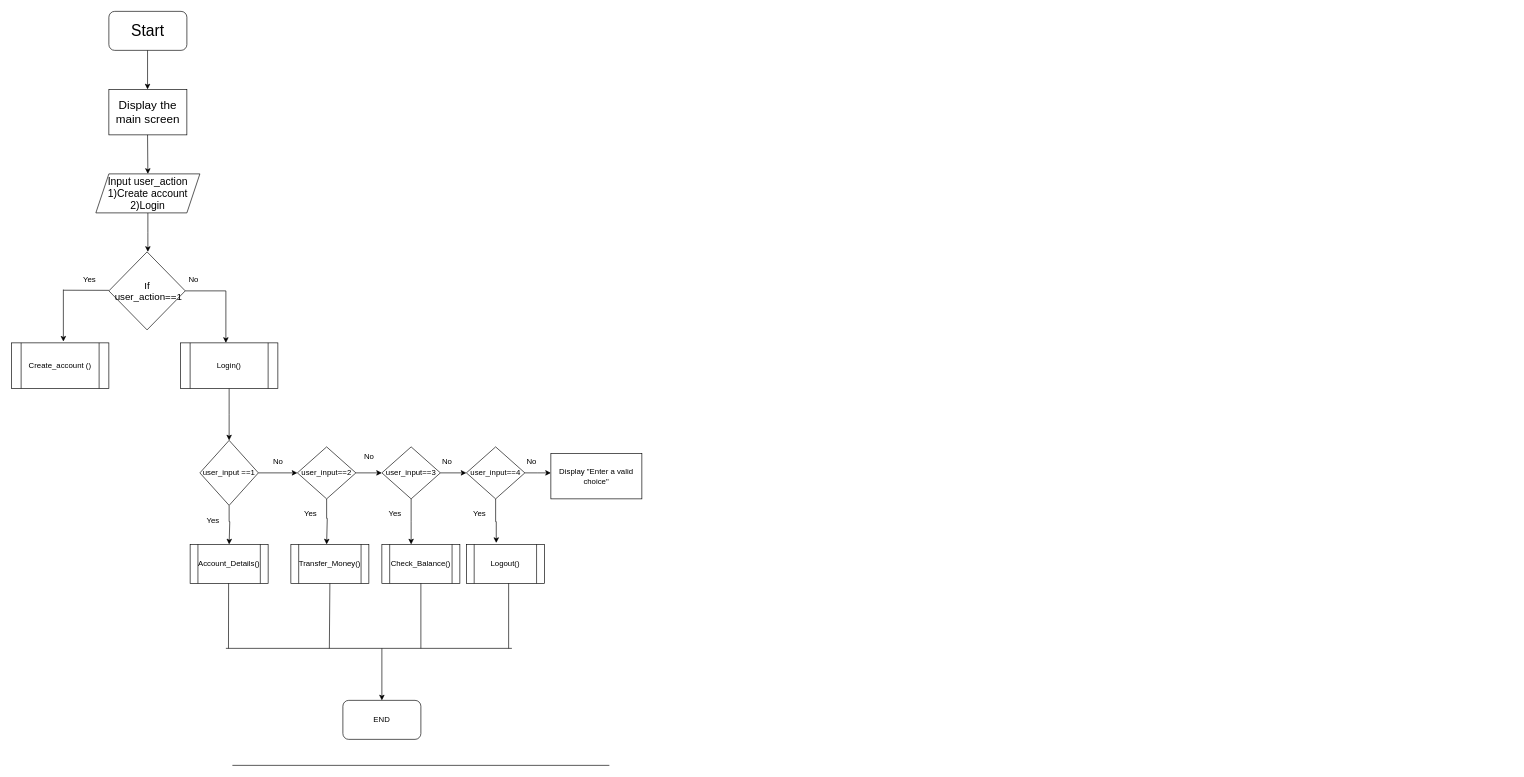
This is Untitled Diagram.drawio from MadaraUchiha2006/Bank_Management_System, a draw.io file, before an edit. Source tidied: cells renumbered, new cells numbered last; positions are measured from the earlier drawing's top-left corner, leaving out a move shared by most shapes. Both pictures are drawn from the tidied source at 65%, with x=0, y=0 at pixel (11, 11).
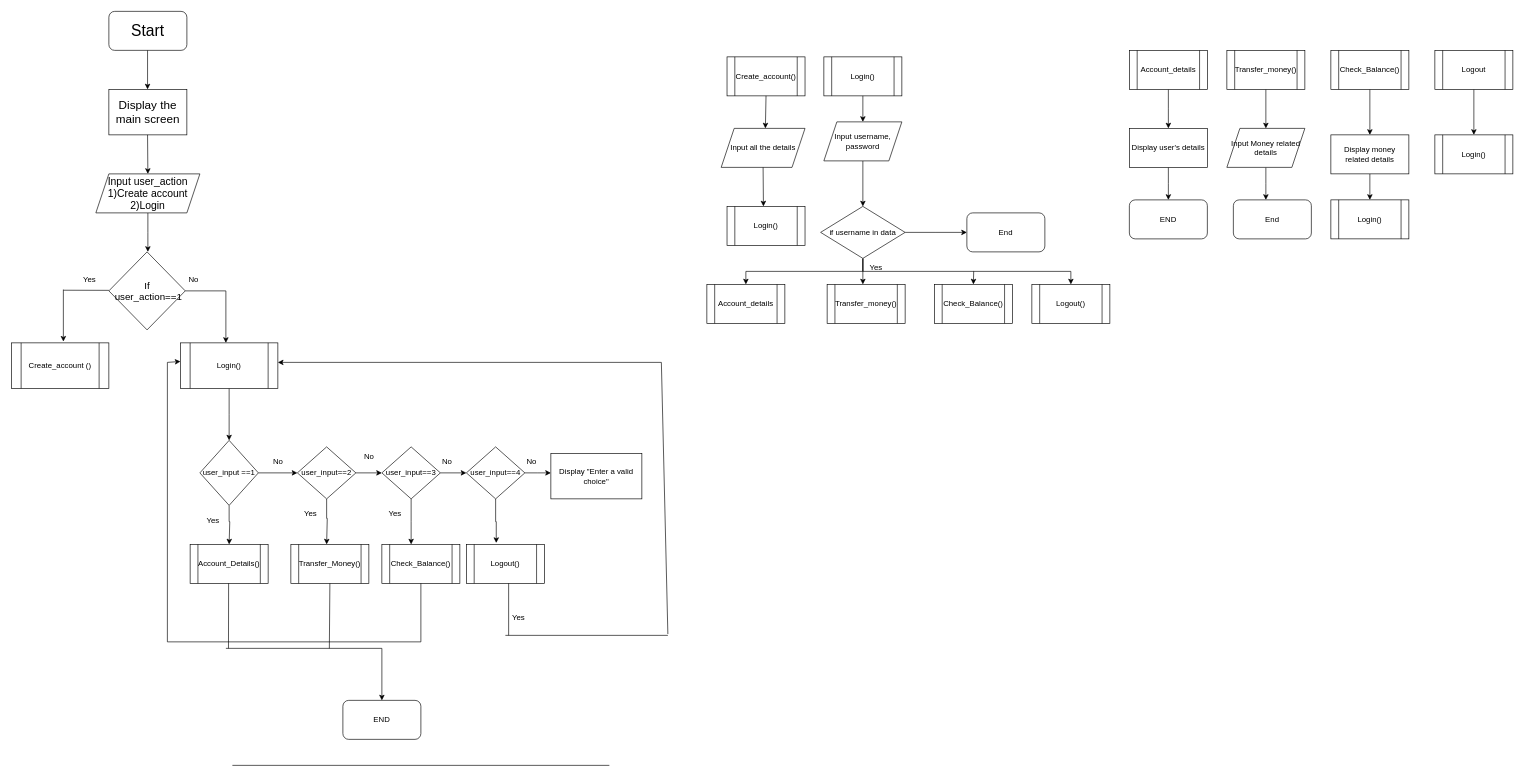
Above is the later version.

Unchanged cells that the change refers to:
```xml
<mxCell id="18" value="Login()" style="shape=process;whiteSpace=wrap;html=1;backgroundOutline=1;" parent="1" vertex="1">
  <mxGeometry x="260" y="510" width="150" height="70" as="geometry" />
</mxCell>
```

What changed in the source:
```diff
@@
     <mxCell id="36" value="Yes" style="text;html=1;align=center;verticalAlign=middle;strokeColor=none;fillColor=none;" parent="1" vertex="1">
-      <mxGeometry x="700" y="758" width="40" height="30" as="geometry" />
+      <mxGeometry x="760" y="918" width="40" height="30" as="geometry" />
     </mxCell>
@@
     <mxCell id="45" style="endArrow=none;html=1;rounded=0;" parent="1" edge="1">
       <mxGeometry relative="1" as="geometry">
         <mxPoint x="330" y="980" as="sourcePoint" />
-        <mxPoint x="770" y="980" as="targetPoint" />
+        <mxPoint x="570" y="980" as="targetPoint" />
       </mxGeometry>
     </mxCell>
@@
     <mxCell id="47" style="endArrow=none;html=1;rounded=0;" parent="1" edge="1">
       <mxGeometry relative="1" as="geometry">
-        <mxPoint x="630" y="980" as="sourcePoint" />
+        <mxPoint x="630" y="970" as="sourcePoint" />
         <mxPoint x="630" y="880" as="targetPoint" />
       </mxGeometry>
     </mxCell>
     <mxCell id="48" style="endArrow=none;html=1;rounded=0;" parent="1" edge="1">
       <mxGeometry relative="1" as="geometry">
-        <mxPoint x="765" y="980" as="sourcePoint" />
+        <mxPoint x="765" y="960" as="sourcePoint" />
         <mxPoint x="765" y="880" as="targetPoint" />
       </mxGeometry>
     </mxCell>
@@
+    <mxCell id="51" style="endArrow=none;html=1;rounded=0;" parent="1" edge="1">
+      <mxGeometry relative="1" as="geometry">
+        <mxPoint x="240" y="970" as="sourcePoint" />
+        <mxPoint x="630" y="970" as="targetPoint" />
+      </mxGeometry>
+    </mxCell>
+    <mxCell id="52" style="endArrow=none;html=1;rounded=0;" parent="1" edge="1">
+      <mxGeometry relative="1" as="geometry">
+        <mxPoint x="240" y="970" as="sourcePoint" />
+        <mxPoint x="240" y="540" as="targetPoint" />
+      </mxGeometry>
+    </mxCell>
+    <mxCell id="53" style="endArrow=classic;html=1;rounded=0;entryX=0.001;entryY=0.409;entryDx=0;entryDy=0;entryPerimeter=0;" parent="1" edge="1" target="18">
+      <mxGeometry relative="1" as="geometry">
+        <mxPoint x="240" y="540" as="sourcePoint" />
+      </mxGeometry>
+    </mxCell>
+    <mxCell id="54" style="endArrow=none;html=1;rounded=0;" parent="1" edge="1">
+      <mxGeometry relative="1" as="geometry">
+        <mxPoint x="760" y="960" as="sourcePoint" />
+        <mxPoint x="1010" y="960" as="targetPoint" />
+      </mxGeometry>
+    </mxCell>
+    <mxCell id="55" style="endArrow=none;html=1;rounded=0;" parent="1" edge="1">
+      <mxGeometry relative="1" as="geometry">
+        <mxPoint x="1010" y="958" as="sourcePoint" />
+        <mxPoint x="1000" y="540" as="targetPoint" />
+      </mxGeometry>
+    </mxCell>
+    <mxCell id="56" style="endArrow=classic;html=1;rounded=0;" parent="1" edge="1">
+      <mxGeometry relative="1" as="geometry">
+        <mxPoint x="1000" y="540" as="sourcePoint" />
+        <mxPoint x="410" y="540" as="targetPoint" />
+      </mxGeometry>
+    </mxCell>
+    <mxCell id="57" value="Create_account()" style="shape=process;whiteSpace=wrap;html=1;backgroundOutline=1;" parent="1" vertex="1">
+      <mxGeometry x="1101" y="70" width="120" height="60" as="geometry" />
+    </mxCell>
+    <mxCell id="58" style="endArrow=classic;html=1;rounded=0;exitX=0.5;exitY=1;exitDx=0;exitDy=0;" parent="1" edge="1" source="57">
+      <mxGeometry relative="1" as="geometry">
+        <mxPoint x="1160" y="180" as="targetPoint" />
+      </mxGeometry>
+    </mxCell>
+    <mxCell id="59" value="Input all the details" style="shape=parallelogram;perimeter=parallelogramPerimeter;whiteSpace=wrap;html=1;fixedSize=1;" parent="1" vertex="1">
+      <mxGeometry x="1092" y="180" width="129" height="60" as="geometry" />
+    </mxCell>
+    <mxCell id="60" style="endArrow=classic;html=1;rounded=0;exitX=0.5;exitY=1;exitDx=0;exitDy=0;" parent="1" edge="1" source="59">
+      <mxGeometry relative="1" as="geometry">
+        <mxPoint x="1157" y="300" as="targetPoint" />
+      </mxGeometry>
+    </mxCell>
+    <mxCell id="61" value="Login()" style="shape=process;whiteSpace=wrap;html=1;backgroundOutline=1;" parent="1" vertex="1">
+      <mxGeometry x="1101" y="300" width="120" height="60" as="geometry" />
+    </mxCell>
+    <mxCell id="62" value="Login()" style="shape=process;whiteSpace=wrap;html=1;backgroundOutline=1;" parent="1" vertex="1">
+      <mxGeometry x="1250" y="70" width="120" height="60" as="geometry" />
+    </mxCell>
+    <mxCell id="63" style="endArrow=classic;html=1;rounded=0;exitX=0.5;exitY=1;exitDx=0;exitDy=0;" parent="1" edge="1" source="62">
+      <mxGeometry relative="1" as="geometry">
+        <mxPoint x="1310" y="170" as="targetPoint" />
+      </mxGeometry>
+    </mxCell>
+    <mxCell id="64" style="edgeStyle=orthogonalEdgeStyle;rounded=0;jettySize=auto;html=1;exitX=0.5;exitY=1;exitDx=0;exitDy=0;" parent="1" edge="1" source="65" target="70">
+      <mxGeometry relative="1" as="geometry" />
+    </mxCell>
+    <mxCell id="65" value="Input username, password" style="shape=parallelogram;perimeter=parallelogramPerimeter;whiteSpace=wrap;html=1;fixedSize=1;" parent="1" vertex="1">
+      <mxGeometry x="1250" y="170" width="120" height="60" as="geometry" />
+    </mxCell>
+    <mxCell id="66" style="edgeStyle=orthogonalEdgeStyle;rounded=0;jettySize=auto;html=1;exitX=0.5;exitY=1;exitDx=0;exitDy=0;" parent="1" edge="1" source="70">
+      <mxGeometry relative="1" as="geometry">
+        <mxPoint x="1310" y="420" as="targetPoint" />
+      </mxGeometry>
+    </mxCell>
+    <mxCell id="67" style="edgeStyle=orthogonalEdgeStyle;rounded=0;jettySize=auto;html=1;exitX=0.5;exitY=1;exitDx=0;exitDy=0;" parent="1" edge="1" source="70" target="73">
+      <mxGeometry relative="1" as="geometry" />
+    </mxCell>
+    <mxCell id="68" style="edgeStyle=orthogonalEdgeStyle;rounded=0;jettySize=auto;html=1;exitX=0.5;exitY=1;exitDx=0;exitDy=0;" parent="1" edge="1" source="70">
+      <mxGeometry relative="1" as="geometry">
+        <mxPoint x="1480" y="420" as="targetPoint" />
+      </mxGeometry>
+    </mxCell>
+    <mxCell id="69" style="edgeStyle=orthogonalEdgeStyle;rounded=0;jettySize=auto;html=1;exitX=1;exitY=0.5;exitDx=0;exitDy=0;" parent="1" edge="1" source="70">
+      <mxGeometry relative="1" as="geometry">
+        <mxPoint x="1470" y="340" as="targetPoint" />
+      </mxGeometry>
+    </mxCell>
+    <mxCell id="70" value="if username in data" style="rhombus;whiteSpace=wrap;html=1;" parent="1" vertex="1">
+      <mxGeometry x="1245" y="300" width="130" height="80" as="geometry" />
+    </mxCell>
+    <mxCell id="71" value="Yes" style="text;html=1;align=center;verticalAlign=middle;strokeColor=none;fillColor=none;" parent="1" vertex="1">
+      <mxGeometry x="1310" y="380" width="40" height="30" as="geometry" />
+    </mxCell>
+    <mxCell id="72" value="Transfer_money()" style="shape=process;whiteSpace=wrap;html=1;backgroundOutline=1;" parent="1" vertex="1">
+      <mxGeometry x="1255" y="420" width="120" height="60" as="geometry" />
+    </mxCell>
+    <mxCell id="73" value="Account_details" style="shape=process;whiteSpace=wrap;html=1;backgroundOutline=1;" parent="1" vertex="1">
+      <mxGeometry x="1070" y="420" width="120" height="60" as="geometry" />
+    </mxCell>
+    <mxCell id="74" value="Check_Balance()" style="shape=process;whiteSpace=wrap;html=1;backgroundOutline=1;" parent="1" vertex="1">
+      <mxGeometry x="1420" y="420" width="120" height="60" as="geometry" />
+    </mxCell>
+    <mxCell id="75" style="endArrow=none;html=1;rounded=0;" parent="1" edge="1">
+      <mxGeometry relative="1" as="geometry">
+        <mxPoint x="1480" y="400" as="sourcePoint" />
+        <mxPoint x="1630" y="400" as="targetPoint" />
+      </mxGeometry>
+    </mxCell>
+    <mxCell id="76" style="endArrow=classic;html=1;rounded=0;" parent="1" edge="1">
+      <mxGeometry relative="1" as="geometry">
+        <mxPoint x="1630" y="400" as="sourcePoint" />
+        <mxPoint x="1630" y="420" as="targetPoint" />
+      </mxGeometry>
+    </mxCell>
+    <mxCell id="77" value="Logout()" style="shape=process;whiteSpace=wrap;html=1;backgroundOutline=1;" parent="1" vertex="1">
+      <mxGeometry x="1570" y="420" width="120" height="60" as="geometry" />
+    </mxCell>
+    <mxCell id="78" value="End" style="rounded=1;whiteSpace=wrap;html=1;" parent="1" vertex="1">
+      <mxGeometry x="1470" y="310" width="120" height="60" as="geometry" />
+    </mxCell>
+    <mxCell id="79" style="edgeStyle=orthogonalEdgeStyle;rounded=0;jettySize=auto;html=1;exitX=0.5;exitY=1;exitDx=0;exitDy=0;" parent="1" edge="1" source="80">
+      <mxGeometry relative="1" as="geometry">
+        <mxPoint x="1780" y="180" as="targetPoint" />
+      </mxGeometry>
+    </mxCell>
+    <mxCell id="80" value="Account_details" style="shape=process;whiteSpace=wrap;html=1;backgroundOutline=1;" parent="1" vertex="1">
+      <mxGeometry x="1720" y="60" width="120" height="60" as="geometry" />
+    </mxCell>
+    <mxCell id="81" style="edgeStyle=orthogonalEdgeStyle;rounded=0;jettySize=auto;html=1;exitX=0.5;exitY=1;exitDx=0;exitDy=0;" parent="1" edge="1" source="82">
+      <mxGeometry relative="1" as="geometry">
+        <mxPoint x="1780" y="290" as="targetPoint" />
+      </mxGeometry>
+    </mxCell>
+    <mxCell id="82" value="Display user's details" style="rounded=0;whiteSpace=wrap;html=1;" parent="1" vertex="1">
+      <mxGeometry x="1720" y="180" width="120" height="60" as="geometry" />
+    </mxCell>
+    <mxCell id="83" style="edgeStyle=orthogonalEdgeStyle;rounded=0;jettySize=auto;html=1;exitX=0.5;exitY=1;exitDx=0;exitDy=0;" parent="1" edge="1" source="84" target="86">
+      <mxGeometry relative="1" as="geometry" />
+    </mxCell>
+    <mxCell id="84" value="Transfer_money()" style="shape=process;whiteSpace=wrap;html=1;backgroundOutline=1;" parent="1" vertex="1">
+      <mxGeometry x="1870" y="60" width="120" height="60" as="geometry" />
+    </mxCell>
+    <mxCell id="85" style="edgeStyle=orthogonalEdgeStyle;rounded=0;jettySize=auto;html=1;exitX=0.5;exitY=1;exitDx=0;exitDy=0;" parent="1" edge="1" source="86">
+      <mxGeometry relative="1" as="geometry">
+        <mxPoint x="1930" y="290" as="targetPoint" />
+      </mxGeometry>
+    </mxCell>
+    <mxCell id="86" value="Input Money related details" style="shape=parallelogram;perimeter=parallelogramPerimeter;whiteSpace=wrap;html=1;fixedSize=1;" parent="1" vertex="1">
+      <mxGeometry x="1870" y="180" width="120" height="60" as="geometry" />
+    </mxCell>
+    <mxCell id="87" style="edgeStyle=orthogonalEdgeStyle;rounded=0;jettySize=auto;html=1;exitX=0.5;exitY=1;exitDx=0;exitDy=0;" parent="1" edge="1" source="88" target="92">
+      <mxGeometry relative="1" as="geometry" />
+    </mxCell>
+    <mxCell id="88" value="Check_Balance()" style="shape=process;whiteSpace=wrap;html=1;backgroundOutline=1;" parent="1" vertex="1">
+      <mxGeometry x="2030" y="60" width="120" height="60" as="geometry" />
+    </mxCell>
+    <mxCell id="89" value="END" style="rounded=1;whiteSpace=wrap;html=1;" parent="1" vertex="1">
+      <mxGeometry x="1720" y="290" width="120" height="60" as="geometry" />
+    </mxCell>
+    <mxCell id="90" value="End" style="rounded=1;whiteSpace=wrap;html=1;" parent="1" vertex="1">
+      <mxGeometry x="1880" y="290" width="120" height="60" as="geometry" />
+    </mxCell>
+    <mxCell id="91" style="edgeStyle=orthogonalEdgeStyle;rounded=0;jettySize=auto;html=1;exitX=0.5;exitY=1;exitDx=0;exitDy=0;" parent="1" edge="1" source="92" target="93">
+      <mxGeometry relative="1" as="geometry" />
+    </mxCell>
+    <mxCell id="92" value="Display money related details" style="rounded=0;whiteSpace=wrap;html=1;" parent="1" vertex="1">
+      <mxGeometry x="2030" y="190" width="120" height="60" as="geometry" />
+    </mxCell>
+    <mxCell id="93" value="Login()" style="shape=process;whiteSpace=wrap;html=1;backgroundOutline=1;" parent="1" vertex="1">
+      <mxGeometry x="2030" y="290" width="120" height="60" as="geometry" />
+    </mxCell>
+    <mxCell id="94" style="edgeStyle=orthogonalEdgeStyle;rounded=0;jettySize=auto;html=1;exitX=0.5;exitY=1;exitDx=0;exitDy=0;" parent="1" edge="1" source="95" target="96">
+      <mxGeometry relative="1" as="geometry" />
+    </mxCell>
+    <mxCell id="95" value="Logout" style="shape=process;whiteSpace=wrap;html=1;backgroundOutline=1;" parent="1" vertex="1">
+      <mxGeometry x="2190" y="60" width="120" height="60" as="geometry" />
+    </mxCell>
+    <mxCell id="96" value="Login()" style="shape=process;whiteSpace=wrap;html=1;backgroundOutline=1;" parent="1" vertex="1">
+      <mxGeometry x="2190" y="190" width="120" height="60" as="geometry" />
+    </mxCell>
```
